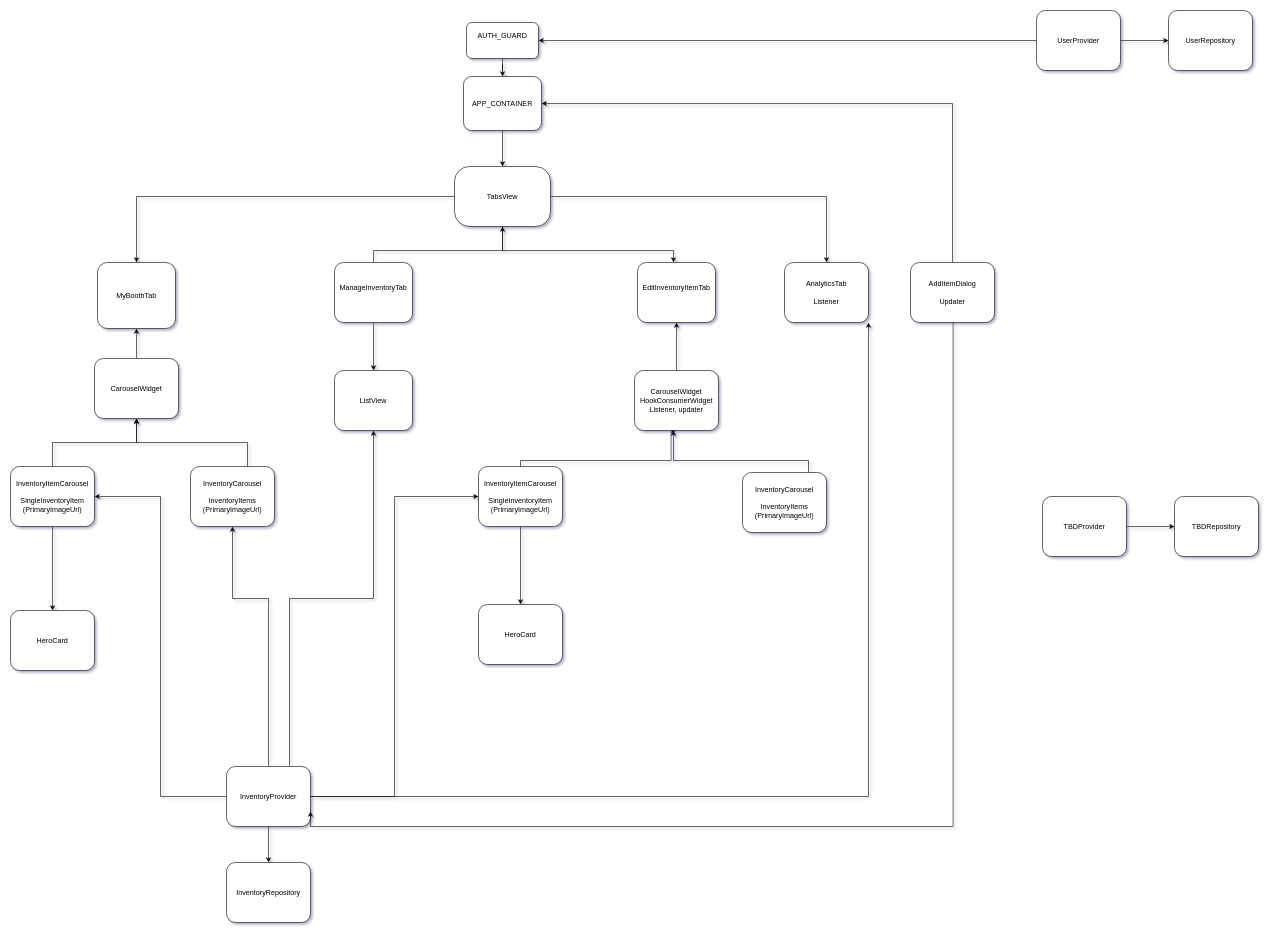
Before: Vintage_1020_Arch.drawio in composer6251/vintage_1020, a draw.io diagram. Source tidied: cells renumbered, new cells numbered last; positions are measured from the earlier drawing's top-left corner, leaving out a move shared by most shapes. Both pictures are drawn from the tidied source at 60%, with x=0, y=0 at pixel (10, 10).
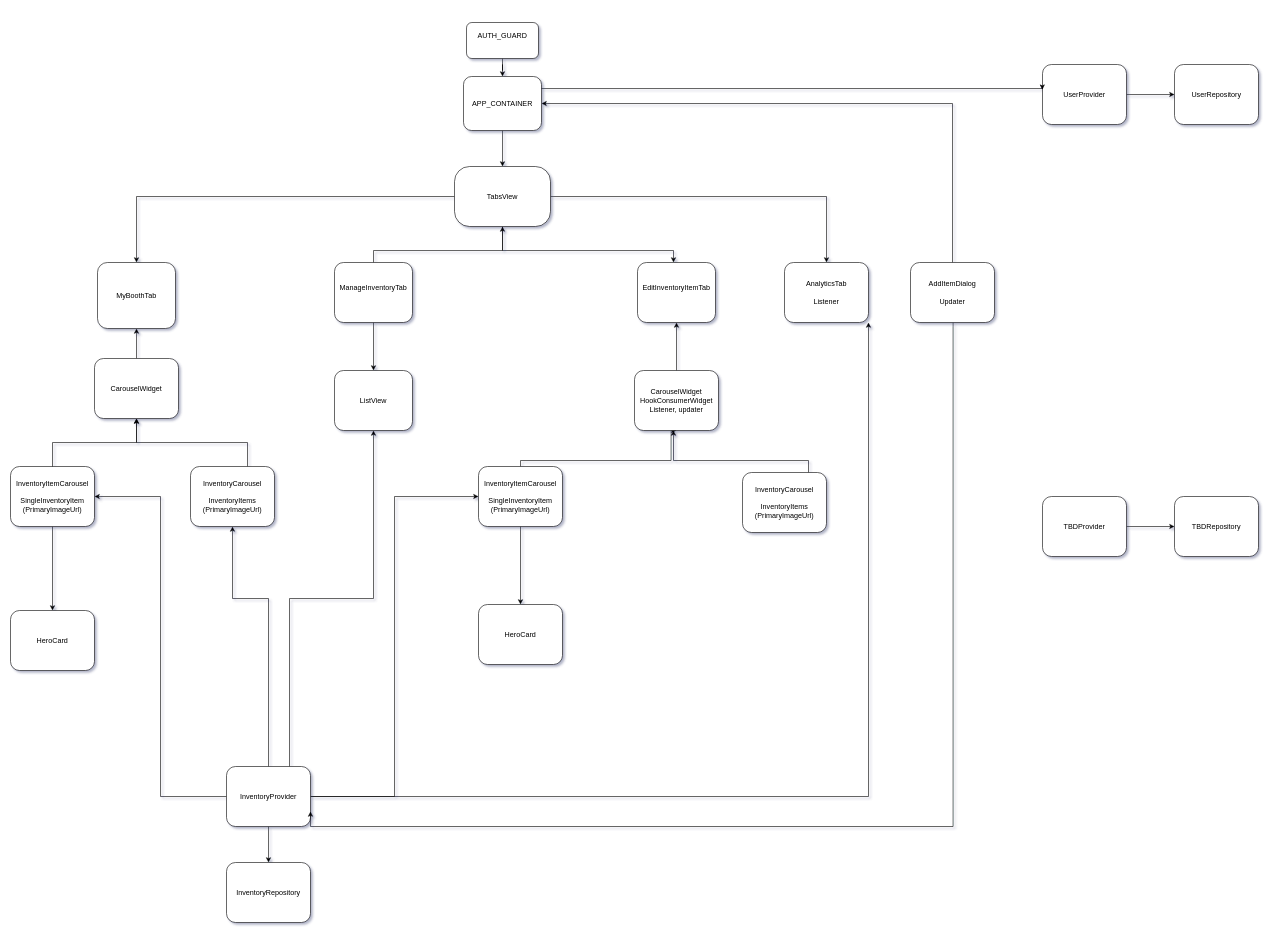
After the change.

Unchanged cells that the change refers to:
```xml
<mxCell id="3" value="AUTH_GUARD&lt;div&gt;&lt;br&gt;&lt;/div&gt;" style="rounded=1;whiteSpace=wrap;html=1;fillColor=light-dark(#FFFFFF,#999900);" parent="1" vertex="1">
  <mxGeometry x="760" y="20" width="120" height="60" as="geometry" />
</mxCell>
<mxCell id="5" value="&lt;div&gt;APP_CONTAINER&lt;/div&gt;" style="rounded=1;whiteSpace=wrap;html=1;" parent="1" vertex="1">
  <mxGeometry x="755" y="110" width="130" height="90" as="geometry" />
</mxCell>
```

Diff of the diagram source:
```diff
@@
-    <mxCell id="42" style="edgeStyle=orthogonalEdgeStyle;rounded=0;jettySize=auto;html=1;" parent="1" edge="1" source="43" target="3">
-      <mxGeometry relative="1" as="geometry" />
-    </mxCell>
     <mxCell id="43" value="&lt;div&gt;UserProvider&lt;/div&gt;" style="rounded=1;whiteSpace=wrap;html=1;fillColor=light-dark(#FFFFFF,#999900);" parent="1" vertex="1">
-      <mxGeometry x="1710" width="140" height="100" as="geometry" />
+      <mxGeometry x="1720" y="90" width="140" height="100" as="geometry" />
     </mxCell>
     <mxCell id="44" value="&lt;div&gt;UserRepository&lt;/div&gt;" style="rounded=1;whiteSpace=wrap;html=1;fillColor=light-dark(#FFFFFF,#990000);" parent="1" vertex="1">
-      <mxGeometry x="1930" width="140" height="100" as="geometry" />
+      <mxGeometry x="1940" y="90" width="140" height="100" as="geometry" />
     </mxCell>
@@
+    <mxCell id="51" style="edgeStyle=orthogonalEdgeStyle;rounded=0;jettySize=auto;html=1;entryX=-0.002;entryY=0.42;entryDx=0;entryDy=0;entryPerimeter=0;" parent="1" edge="1" source="5" target="43">
+      <mxGeometry relative="1" as="geometry">
+        <Array as="points">
+          <mxPoint x="1720" y="130" />
+        </Array>
+      </mxGeometry>
+    </mxCell>
```
